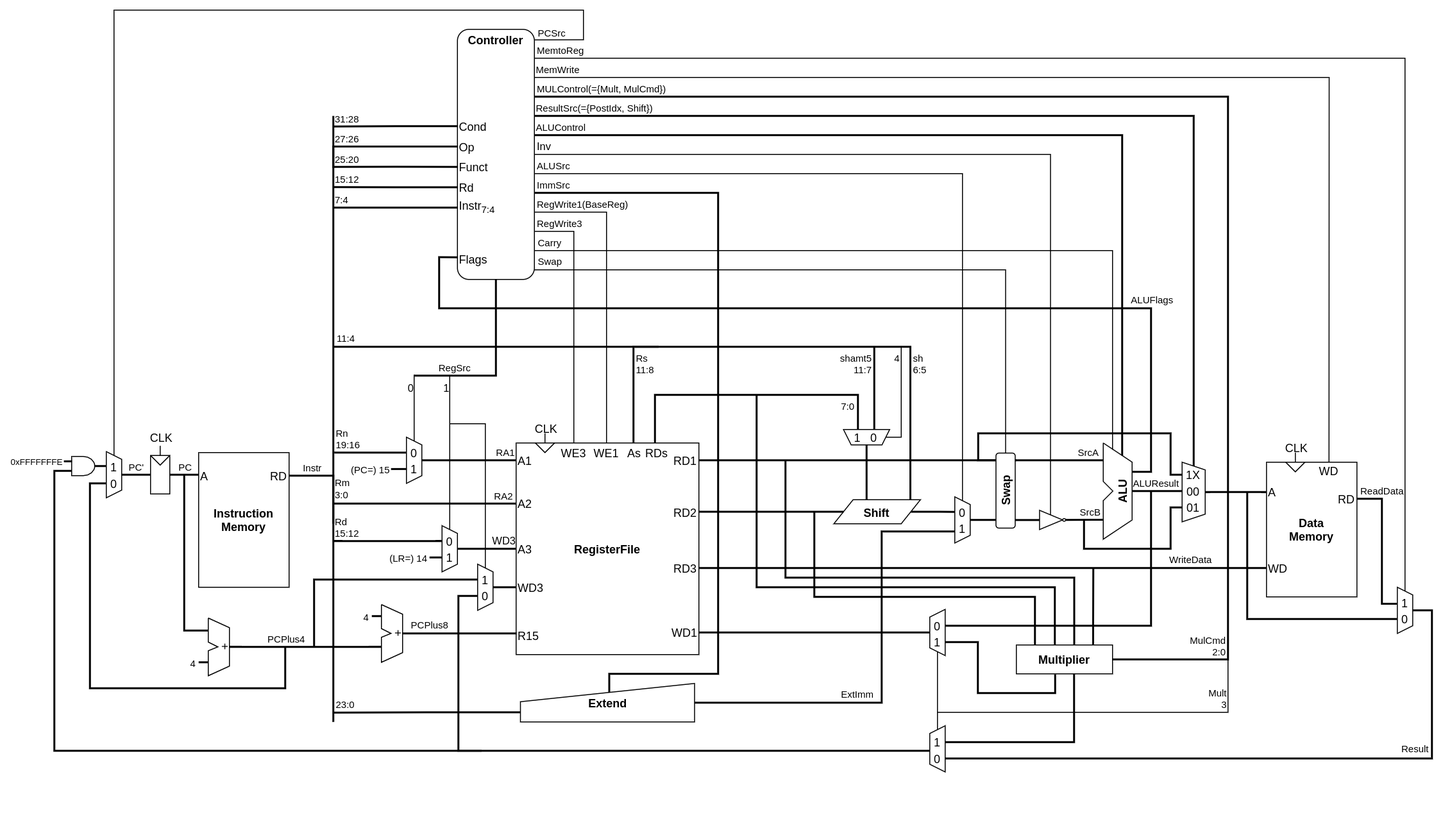
Above: asset/arm_cpu_diagram.drawio.png in takah29/arm-cpu (draw.io), before the change. Source tidied: cells renumbered, new cells last; positions are measured from the earlier drawing's top-left corner, leaving out a move shared by most shapes.
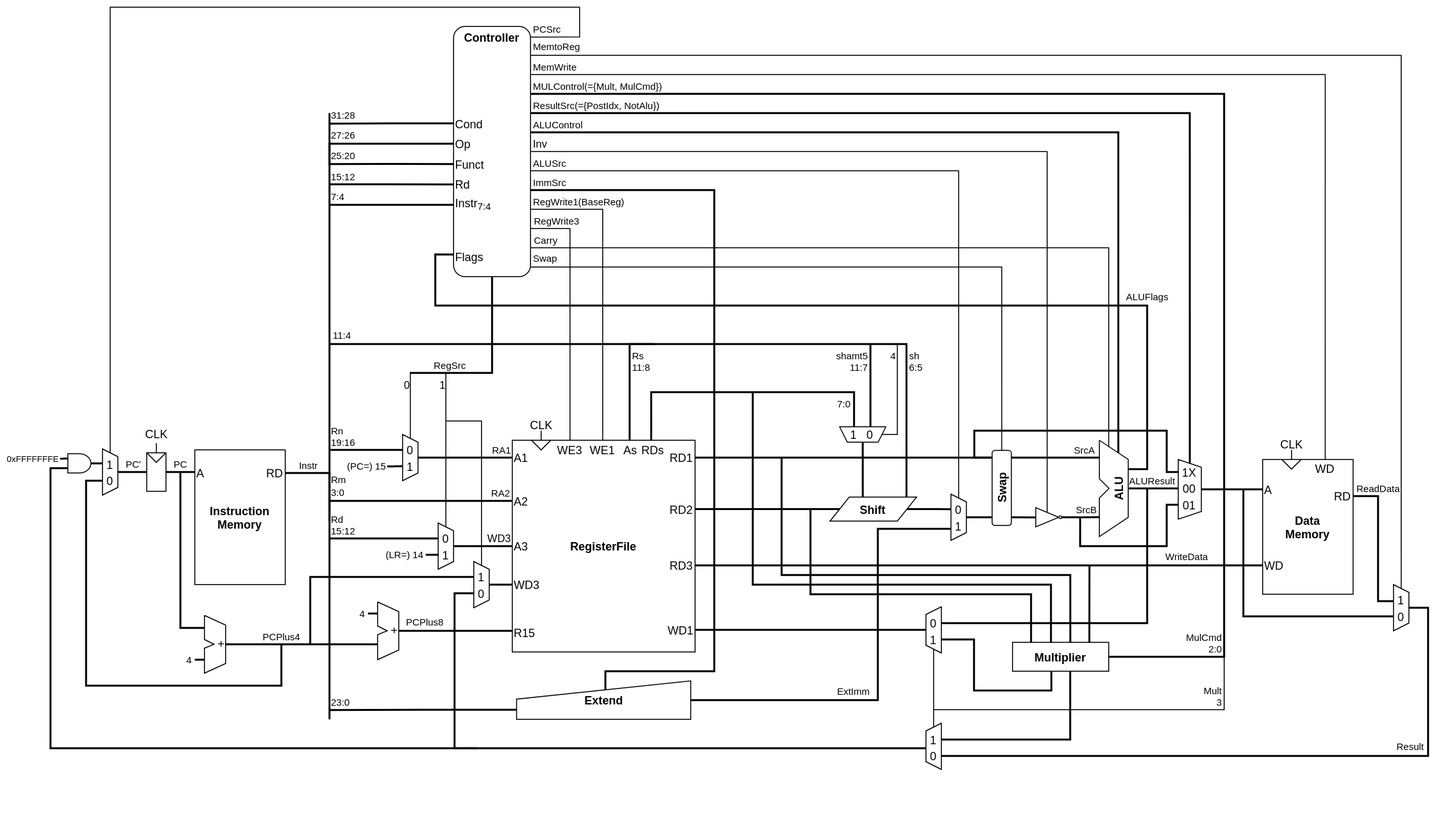
After the commit.

Commit message:
図のフラグ名を修正

Diff of the diagram source:
```diff
@@ -406,7 +406,7 @@
         </Array>
       </mxGeometry>
     </mxCell>
-    <mxCell id="84" value="&lt;font style=&quot;font-size: 10px&quot;&gt;ResultSrc(={PostIdx, Shift})&lt;br&gt;&lt;/font&gt;" style="edgeLabel;html=1;align=left;verticalAlign=bottom;fontSize=10;labelBackgroundColor=none;" parent="83" vertex="1">
+    <mxCell id="84" value="&lt;font style=&quot;font-size: 10px&quot;&gt;ResultSrc(={PostIdx, NotAlu})&lt;br&gt;&lt;/font&gt;" style="edgeLabel;html=1;align=left;verticalAlign=bottom;fontSize=10;labelBackgroundColor=none;" parent="83" vertex="1">
       <mxGeometry x="0.96" relative="1" as="geometry">
         <mxPoint x="-19.1" y="0.1" as="offset" />
       </mxGeometry>
```
